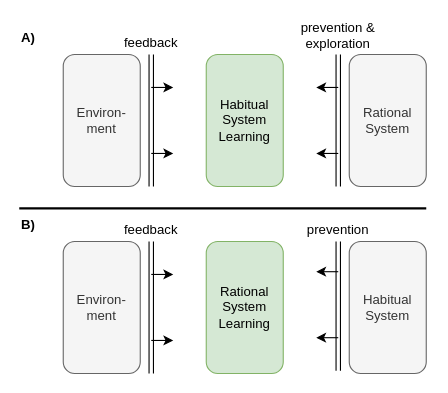
Earlier version of the draw.io diagram page "mm-convergence" (11 of 11) of files/A-coherent-theory-v1.drawio (malcolmlett/malcolmlett.github.io). Source tidied: cells renumbered, new cells numbered last; positions are measured from the earlier drawing's top-left corner, leaving out a move shared by most shapes. Both pictures are drawn from the tidied source at 110%, with x=0, y=0 at pixel (19, 21).
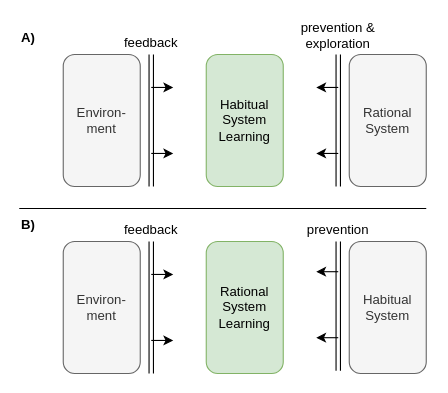
The same page after the edit.

Unchanged cells that the change refers to:
```xml
<mxCell id="12" value="B)" style="text;html=1;strokeColor=none;fillColor=none;align=left;verticalAlign=middle;whiteSpace=wrap;rounded=0;fontStyle=1;" parent="1" vertex="1">
  <mxGeometry y="170" width="30" height="30" as="geometry" />
</mxCell>
```

Change to the diagram source:
```diff
@@
-    <mxCell id="13" style="endArrow=none;html=1;rounded=0;exitX=0;exitY=0;exitDx=0;exitDy=0;strokeWidth=2;" parent="1" edge="1" source="12">
+    <mxCell id="13" style="endArrow=none;html=1;rounded=0;exitX=0;exitY=0;exitDx=0;exitDy=0;strokeWidth=1;" parent="1" edge="1" source="12">
       <mxGeometry relative="1" as="geometry">
         <mxPoint x="370" y="170" as="targetPoint" />
       </mxGeometry>
     </mxCell>
```
